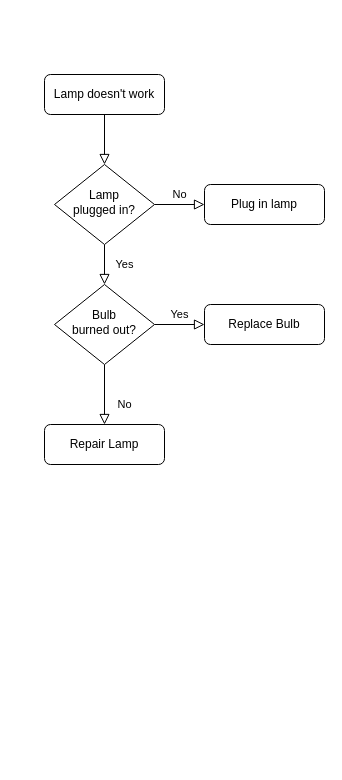
The draw.io diagram static/Untitled Diagram.drawio in rvencu/deepdesign.space, before the edit. Source tidied: cells renumbered, new cells numbered last; positions are measured from the earlier drawing's top-left corner, leaving out a move shared by most shapes. Both pictures are drawn from the tidied source at 100%, with x=0, y=0 at pixel (44, 74).
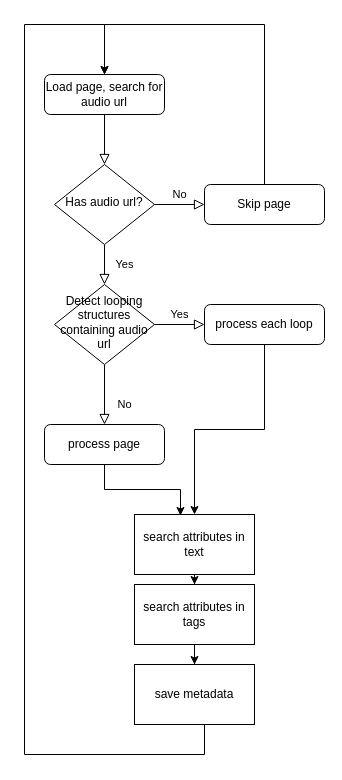
The same diagram, later.

Change to the diagram source:
```diff
@@
-    <mxCell id="3" value="Lamp doesn't work" style="rounded=1;whiteSpace=wrap;html=1;fontSize=12;glass=0;strokeWidth=1;shadow=0;" parent="1" vertex="1">
+    <mxCell id="3" value="Load page, search for audio url" style="rounded=1;whiteSpace=wrap;html=1;fontSize=12;glass=0;strokeWidth=1;shadow=0;" parent="1" vertex="1">
       <mxGeometry width="120" height="40" as="geometry" />
     </mxCell>
@@
-    <mxCell id="6" value="Lamp&lt;br&gt;plugged in?" style="rhombus;whiteSpace=wrap;html=1;shadow=0;fontFamily=Helvetica;fontSize=12;align=center;strokeWidth=1;spacing=6;spacingTop=-4;" parent="1" vertex="1">
+    <mxCell id="6" value="Has audio url?" style="rhombus;whiteSpace=wrap;html=1;shadow=0;fontFamily=Helvetica;fontSize=12;align=center;strokeWidth=1;spacing=6;spacingTop=-4;" parent="1" vertex="1">
       <mxGeometry x="10" y="90" width="100" height="80" as="geometry" />
     </mxCell>
+    <mxCell id="13" style="edgeStyle=orthogonalEdgeStyle;rounded=0;jettySize=auto;html=1;entryX=0.5;entryY=0;entryDx=0;entryDy=0;" parent="1" edge="1" source="7" target="3">
+      <mxGeometry relative="1" as="geometry">
+        <Array as="points">
+          <mxPoint x="220" y="-50" />
+          <mxPoint x="60" y="-50" />
+        </Array>
+      </mxGeometry>
+    </mxCell>
-    <mxCell id="7" value="Plug in lamp" style="rounded=1;whiteSpace=wrap;html=1;fontSize=12;glass=0;strokeWidth=1;shadow=0;" parent="1" vertex="1">
+    <mxCell id="7" value="Skip page" style="rounded=1;whiteSpace=wrap;html=1;fontSize=12;glass=0;strokeWidth=1;shadow=0;" parent="1" vertex="1">
       <mxGeometry x="160" y="110" width="120" height="40" as="geometry" />
     </mxCell>
@@
-    <mxCell id="10" value="Bulb&lt;br&gt;burned out?" style="rhombus;whiteSpace=wrap;html=1;shadow=0;fontFamily=Helvetica;fontSize=12;align=center;strokeWidth=1;spacing=6;spacingTop=-4;" parent="1" vertex="1">
+    <mxCell id="10" value="Detect looping structures containing audio url" style="rhombus;whiteSpace=wrap;html=1;shadow=0;fontFamily=Helvetica;fontSize=12;align=center;strokeWidth=1;spacing=6;spacingTop=-4;" parent="1" vertex="1">
       <mxGeometry x="10" y="210" width="100" height="80" as="geometry" />
     </mxCell>
+    <mxCell id="14" style="edgeStyle=orthogonalEdgeStyle;rounded=0;jettySize=auto;html=1;entryX=0.383;entryY=0.017;entryDx=0;entryDy=0;entryPerimeter=0;" parent="1" edge="1" source="11" target="17">
+      <mxGeometry relative="1" as="geometry" />
+    </mxCell>
-    <mxCell id="11" value="Repair Lamp" style="rounded=1;whiteSpace=wrap;html=1;fontSize=12;glass=0;strokeWidth=1;shadow=0;" parent="1" vertex="1">
+    <mxCell id="11" value="process page" style="rounded=1;whiteSpace=wrap;html=1;fontSize=12;glass=0;strokeWidth=1;shadow=0;" parent="1" vertex="1">
       <mxGeometry y="350" width="120" height="40" as="geometry" />
     </mxCell>
+    <mxCell id="15" style="edgeStyle=orthogonalEdgeStyle;rounded=0;jettySize=auto;html=1;entryX=0.5;entryY=0;entryDx=0;entryDy=0;" parent="1" edge="1" source="12" target="17">
+      <mxGeometry relative="1" as="geometry" />
+    </mxCell>
-    <mxCell id="12" value="Replace Bulb" style="rounded=1;whiteSpace=wrap;html=1;fontSize=12;glass=0;strokeWidth=1;shadow=0;" parent="1" vertex="1">
+    <mxCell id="12" value="process each loop" style="rounded=1;whiteSpace=wrap;html=1;fontSize=12;glass=0;strokeWidth=1;shadow=0;" parent="1" vertex="1">
       <mxGeometry x="160" y="230" width="120" height="40" as="geometry" />
     </mxCell>
+    <mxCell id="16" style="edgeStyle=orthogonalEdgeStyle;rounded=0;jettySize=auto;html=1;entryX=0.5;entryY=0;entryDx=0;entryDy=0;" parent="1" edge="1" source="17" target="19">
+      <mxGeometry relative="1" as="geometry" />
+    </mxCell>
+    <mxCell id="17" value="search attributes in text" style="rounded=0;whiteSpace=wrap;html=1;" parent="1" vertex="1">
+      <mxGeometry x="90" y="440" width="120" height="60" as="geometry" />
+    </mxCell>
+    <mxCell id="18" style="edgeStyle=orthogonalEdgeStyle;rounded=0;jettySize=auto;html=1;entryX=0.5;entryY=0;entryDx=0;entryDy=0;" parent="1" edge="1" source="19" target="21">
+      <mxGeometry relative="1" as="geometry" />
+    </mxCell>
+    <mxCell id="19" value="search attributes in tags" style="rounded=0;whiteSpace=wrap;html=1;" parent="1" vertex="1">
+      <mxGeometry x="90" y="510" width="120" height="60" as="geometry" />
+    </mxCell>
+    <mxCell id="20" style="edgeStyle=orthogonalEdgeStyle;rounded=0;jettySize=auto;html=1;entryX=0.5;entryY=0;entryDx=0;entryDy=0;" parent="1" edge="1" source="21" target="3">
+      <mxGeometry relative="1" as="geometry">
+        <Array as="points">
+          <mxPoint x="160" y="680" />
+          <mxPoint x="-20" y="680" />
+          <mxPoint x="-20" y="-50" />
+          <mxPoint x="60" y="-50" />
+        </Array>
+      </mxGeometry>
+    </mxCell>
+    <mxCell id="21" value="save metadata" style="rounded=0;whiteSpace=wrap;html=1;" parent="1" vertex="1">
+      <mxGeometry x="90" y="590" width="120" height="60" as="geometry" />
+    </mxCell>
```
